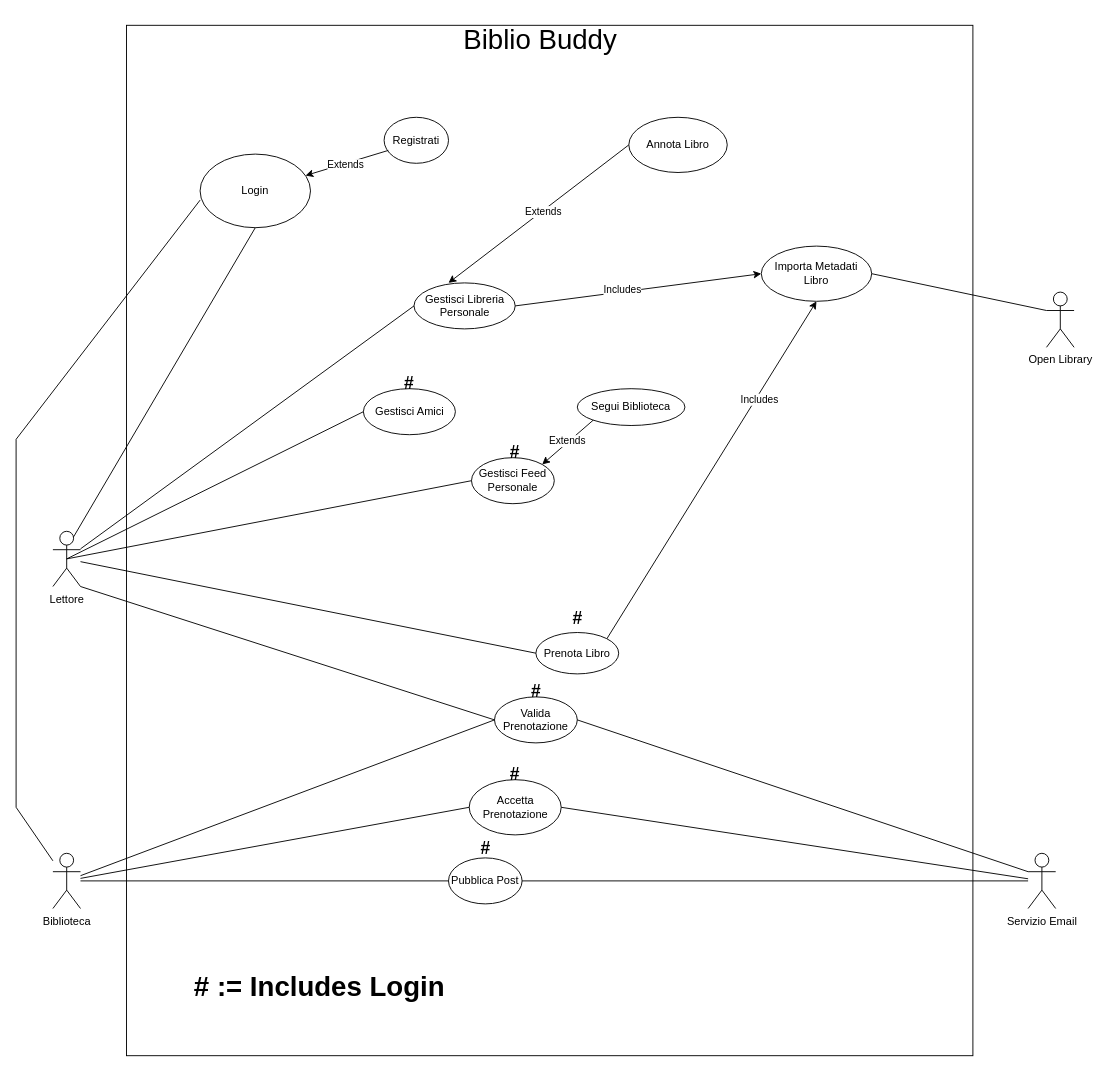
Earlier version of the draw.io diagram page "UC Diagram Attuale" (1 of 2) of Elaborati Progettazione/Casi d'uso/Diagrammi/Diagramma casi d'uso.drawio (Tom-n7/progettoMurakami). Source tidied: cells renumbered, new cells numbered last; positions are measured from the earlier drawing's top-left corner, leaving out a move shared by most shapes. Both pictures are drawn from the tidied source at 92%, with x=0, y=0 at pixel (16, 16).
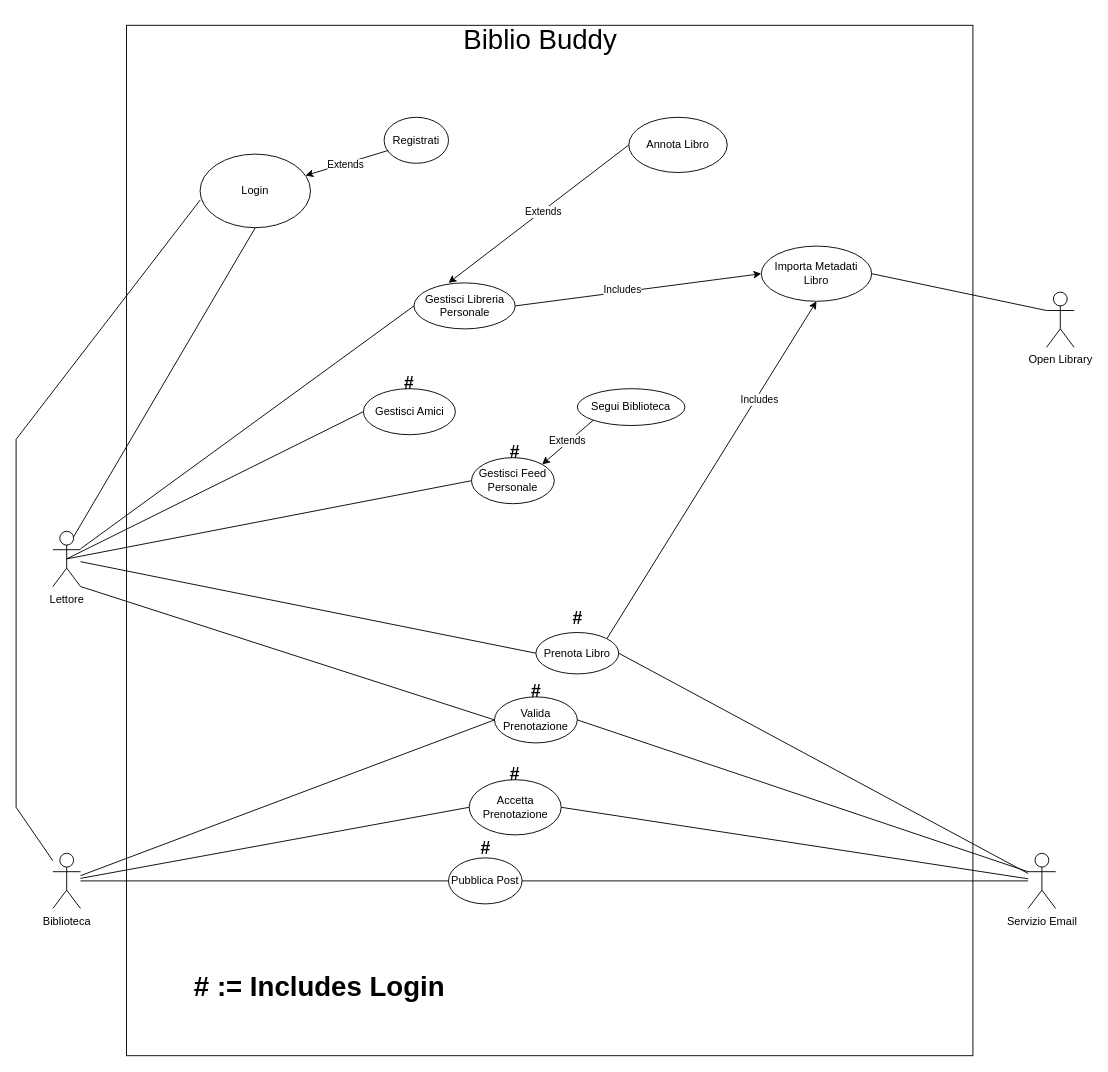
After the change.

The change refers to these unchanged cells:
```xml
<mxCell id="12" value="Prenota Libro" style="ellipse;whiteSpace=wrap;html=1;" parent="1" vertex="1">
  <mxGeometry x="565" y="670" width="90" height="45" as="geometry" />
</mxCell>
<mxCell id="37" value="Servizio Email" style="shape=umlActor;verticalLabelPosition=bottom;verticalAlign=top;html=1;outlineConnect=0;" parent="1" vertex="1">
  <mxGeometry x="1100" y="910" width="30" height="60" as="geometry" />
</mxCell>
```

Diff of the diagram source:
```diff
@@
+    <mxCell id="51" style="endArrow=none;html=1;rounded=0;exitX=1;exitY=0.5;exitDx=0;exitDy=0;" parent="1" edge="1" source="12" target="37">
+      <mxGeometry relative="1" as="geometry" />
+    </mxCell>
```
